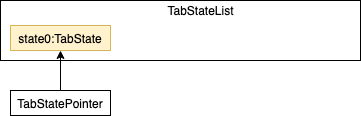
This is docs/images/UndoRedoState0.png from nus-cs2103-AY1920S1/addressbook-level3, a draw.io export, as it was before one commit. Source tidied: cells renumbered, new cells last; positions are measured from the earlier drawing's top-left corner, leaving out a move shared by most shapes. The source it was exported from:
```xml
<mxGraphModel>
  <root>
    <mxCell id="0" />
    <mxCell id="1" parent="0" />
    <mxCell id="2" style="rounded=0;whiteSpace=wrap;html=1;" parent="1" vertex="1">
      <mxGeometry width="360" height="60" as="geometry" />
    </mxCell>
    <mxCell id="3" value="TabStateList" style="text;html=1;strokeColor=none;fillColor=none;align=center;verticalAlign=middle;whiteSpace=wrap;rounded=0;" parent="1" vertex="1">
      <mxGeometry x="180" width="40" height="20" as="geometry" />
    </mxCell>
    <mxCell id="4" style="edgeStyle=orthogonalEdgeStyle;rounded=0;jettySize=auto;html=1;exitX=0.5;exitY=1;exitDx=0;exitDy=0;startArrow=classic;startFill=1;endArrow=none;endFill=0;" parent="1" edge="1" source="5" target="6">
      <mxGeometry relative="1" as="geometry" />
    </mxCell>
    <mxCell id="5" value="state0:TabState" style="rounded=0;whiteSpace=wrap;html=1;fillColor=#fff2cc;strokeColor=#d6b656;" parent="1" vertex="1">
      <mxGeometry x="10" y="25" width="100" height="25" as="geometry" />
    </mxCell>
    <mxCell id="6" value="TabStatePointer" style="rounded=0;whiteSpace=wrap;html=1;" parent="1" vertex="1">
      <mxGeometry x="10" y="90" width="100" height="25" as="geometry" />
    </mxCell>
  </root>
</mxGraphModel>
```
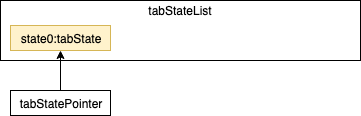
Above is the later version.

Commit message:
Updated undo redo images.

Diff of the diagram source:
```diff
@@ -5,16 +5,16 @@
     <mxCell id="2" style="rounded=0;whiteSpace=wrap;html=1;" parent="1" vertex="1">
       <mxGeometry width="360" height="60" as="geometry" />
     </mxCell>
-    <mxCell id="3" value="TabStateList" style="text;html=1;strokeColor=none;fillColor=none;align=center;verticalAlign=middle;whiteSpace=wrap;rounded=0;" parent="1" vertex="1">
-      <mxGeometry x="180" width="40" height="20" as="geometry" />
+    <mxCell id="3" value="tabStateList" style="text;html=1;strokeColor=none;fillColor=none;align=center;verticalAlign=middle;whiteSpace=wrap;rounded=0;" parent="1" vertex="1">
+      <mxGeometry x="160" width="40" height="20" as="geometry" />
     </mxCell>
-    <mxCell id="4" style="edgeStyle=orthogonalEdgeStyle;rounded=0;jettySize=auto;html=1;exitX=0.5;exitY=1;exitDx=0;exitDy=0;startArrow=classic;startFill=1;endArrow=none;endFill=0;" parent="1" edge="1" source="5" target="6">
+    <mxCell id="4" style="edgeStyle=orthogonalEdgeStyle;rounded=0;jettySize=auto;html=1;startArrow=classic;startFill=1;endArrow=none;endFill=0;exitX=0.5;exitY=1;exitDx=0;exitDy=0;" parent="1" edge="1" source="5" target="6">
       <mxGeometry relative="1" as="geometry" />
     </mxCell>
-    <mxCell id="5" value="state0:TabState" style="rounded=0;whiteSpace=wrap;html=1;fillColor=#fff2cc;strokeColor=#d6b656;" parent="1" vertex="1">
+    <mxCell id="5" value="state0:tabState" style="rounded=0;whiteSpace=wrap;html=1;fillColor=#fff2cc;strokeColor=#d6b656;" parent="1" vertex="1">
       <mxGeometry x="10" y="25" width="100" height="25" as="geometry" />
     </mxCell>
-    <mxCell id="6" value="TabStatePointer" style="rounded=0;whiteSpace=wrap;html=1;" parent="1" vertex="1">
+    <mxCell id="6" value="tabStatePointer" style="rounded=0;whiteSpace=wrap;html=1;" parent="1" vertex="1">
       <mxGeometry x="10" y="90" width="100" height="25" as="geometry" />
     </mxCell>
   </root>
```
